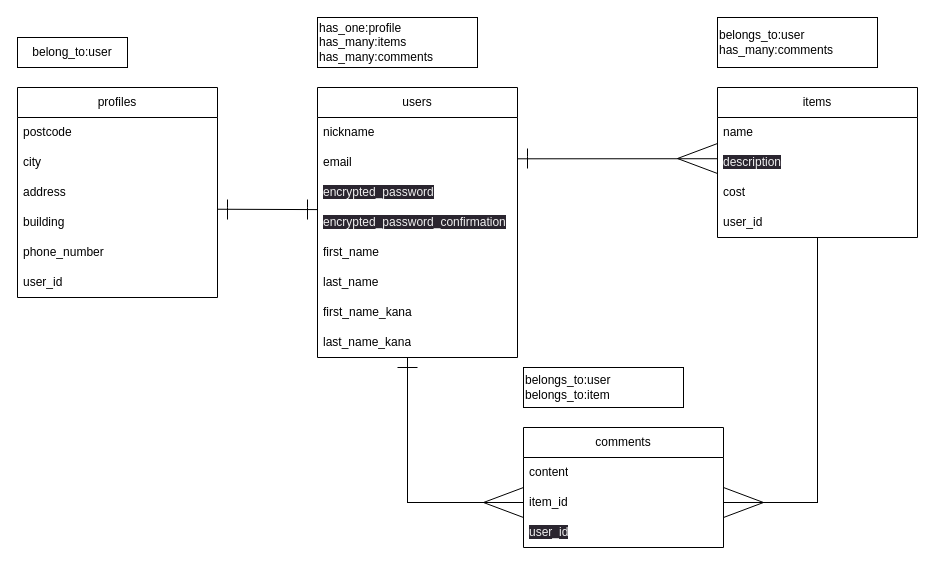
bondinu/furima-39203 keeps this draw.io diagram as ERfigure.dio. Above is the earlier version. Source tidied: cells renumbered, new cells numbered last; positions are measured from the earlier drawing's top-left corner, leaving out a move shared by most shapes. Both pictures are drawn from the tidied source at 100%, with x=0, y=0 at pixel (17, 17).
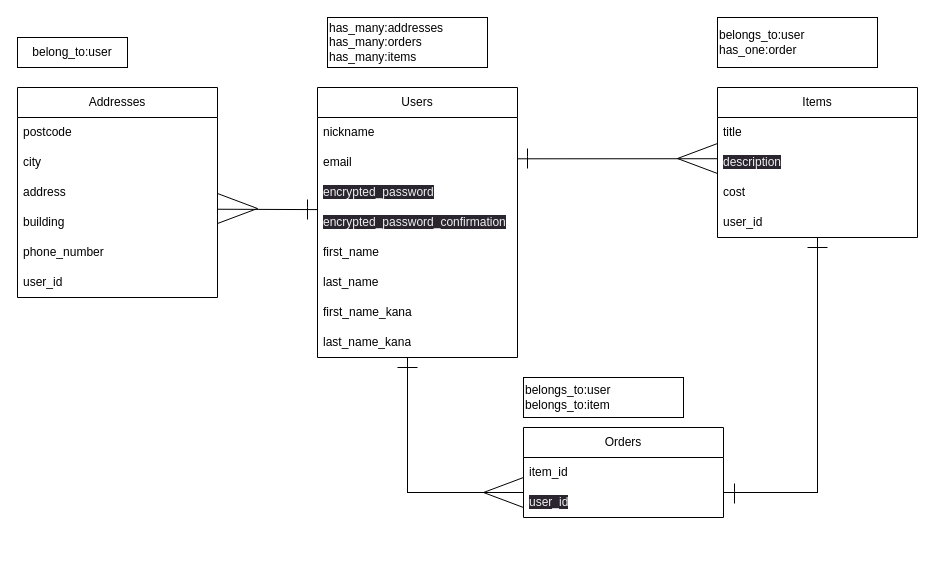
After the change.

What changed in the source:
```diff
@@
-    <mxCell id="2" value="users" style="swimlane;fontStyle=0;horizontal=1;startSize=30;whiteSpace=wrap;html=1;" parent="1" vertex="1">
+    <mxCell id="2" value="Users" style="swimlane;fontStyle=0;horizontal=1;startSize=30;whiteSpace=wrap;html=1;" parent="1" vertex="1">
       <mxGeometry x="300" y="70" width="200" height="270" as="geometry" />
     </mxCell>
@@
-    <mxCell id="11" value="items" style="swimlane;fontStyle=0;horizontal=1;startSize=30;whiteSpace=wrap;html=1;" parent="1" vertex="1">
+    <mxCell id="11" value="Items" style="swimlane;fontStyle=0;horizontal=1;startSize=30;whiteSpace=wrap;html=1;" parent="1" vertex="1">
       <mxGeometry x="700" y="70" width="200" height="150" as="geometry" />
     </mxCell>
-    <mxCell id="12" value="name" style="text;strokeColor=none;fillColor=none;align=left;verticalAlign=middle;spacingLeft=4;spacingRight=4;overflow=hidden;whiteSpace=wrap;html=1;" parent="11" vertex="1">
+    <mxCell id="12" value="title" style="text;strokeColor=none;fillColor=none;align=left;verticalAlign=middle;spacingLeft=4;spacingRight=4;overflow=hidden;whiteSpace=wrap;html=1;" parent="11" vertex="1">
       <mxGeometry y="30" width="200" height="30" as="geometry" />
     </mxCell>
@@
-    <mxCell id="16" value="comments" style="swimlane;fontStyle=0;horizontal=1;startSize=30;whiteSpace=wrap;html=1;" parent="1" vertex="1">
-      <mxGeometry x="506" y="410" width="200" height="120" as="geometry" />
+    <mxCell id="16" value="Orders" style="swimlane;fontStyle=0;horizontal=1;startSize=30;whiteSpace=wrap;html=1;" parent="1" vertex="1">
+      <mxGeometry x="506" y="410" width="200" height="90" as="geometry" />
     </mxCell>
-    <mxCell id="17" value="content" style="text;strokeColor=none;fillColor=none;align=left;verticalAlign=middle;spacingLeft=4;spacingRight=4;overflow=hidden;whiteSpace=wrap;html=1;" parent="16" vertex="1">
-      <mxGeometry y="30" width="200" height="30" as="geometry" />
-    </mxCell>
     <mxCell id="18" value="item_id" style="text;strokeColor=none;fillColor=none;align=left;verticalAlign=middle;spacingLeft=4;spacingRight=4;overflow=hidden;whiteSpace=wrap;html=1;" parent="16" vertex="1">
-      <mxGeometry y="60" width="200" height="30" as="geometry" />
+      <mxGeometry y="30" width="200" height="30" as="geometry" />
     </mxCell>
     <mxCell id="19" value="&lt;span style=&quot;color: rgb(240, 240, 240); font-family: Helvetica; font-size: 12px; font-style: normal; font-variant-ligatures: normal; font-variant-caps: normal; font-weight: 400; letter-spacing: normal; orphans: 2; text-align: left; text-indent: 0px; text-transform: none; widows: 2; word-spacing: 0px; -webkit-text-stroke-width: 0px; background-color: rgb(42, 37, 47); text-decoration-thickness: initial; text-decoration-style: initial; text-decoration-color: initial; float: none; display: inline !important;&quot;&gt;user_id&lt;br&gt;&lt;/span&gt;" style="text;strokeColor=none;fillColor=none;align=left;verticalAlign=middle;spacingLeft=4;spacingRight=4;overflow=hidden;whiteSpace=wrap;html=1;" parent="16" vertex="1">
-      <mxGeometry y="90" width="200" height="30" as="geometry" />
+      <mxGeometry y="60" width="200" height="30" as="geometry" />
     </mxCell>
@@
     <mxCell id="21" style="shape=partialRectangle;whiteSpace=wrap;html=1;bottom=0;right=0;fillColor=none;direction=north;" parent="1" vertex="1">
-      <mxGeometry x="390" y="340" width="116" height="145" as="geometry" />
+      <mxGeometry x="390" y="340" width="116" height="135" as="geometry" />
     </mxCell>
     <mxCell id="22" style="shape=partialRectangle;whiteSpace=wrap;html=1;bottom=0;right=0;fillColor=none;direction=west;" parent="1" vertex="1">
-      <mxGeometry x="706" y="220" width="94" height="265" as="geometry" />
+      <mxGeometry x="706" y="220" width="94" height="255" as="geometry" />
     </mxCell>
-    <mxCell id="23" style="triangle;whiteSpace=wrap;html=1;fillColor=none;direction=west;" parent="1" vertex="1">
-      <mxGeometry x="466" y="470" width="40" height="30" as="geometry" />
-    </mxCell>
-    <mxCell id="24" style="triangle;whiteSpace=wrap;html=1;fillColor=none;direction=east;" parent="1" vertex="1">
-      <mxGeometry x="706" y="470" width="40" height="30" as="geometry" />
-    </mxCell>
@@
-    <mxCell id="26" value="profiles" style="swimlane;fontStyle=0;horizontal=1;startSize=30;whiteSpace=wrap;html=1;" parent="1" vertex="1">
+    <mxCell id="26" value="Addresses" style="swimlane;fontStyle=0;horizontal=1;startSize=30;whiteSpace=wrap;html=1;" parent="1" vertex="1">
       <mxGeometry y="70" width="200" height="210" as="geometry" />
     </mxCell>
@@
-    <mxCell id="34" style="endArrow=none;html=1;" parent="1" edge="1">
-      <mxGeometry relative="1" as="geometry">
-        <mxPoint x="210" y="182" as="sourcePoint" />
-        <mxPoint x="210" y="202" as="targetPoint" />
-        <Array as="points">
-          <mxPoint x="210" y="189" />
-        </Array>
-      </mxGeometry>
-    </mxCell>
@@
-    <mxCell id="38" value="has_one:profile&lt;br&gt;has_many:items&lt;br&gt;has_many:comments" style="rounded=0;whiteSpace=wrap;html=1;align=left;" parent="1" vertex="1">
-      <mxGeometry x="300" width="160" height="50" as="geometry" />
+    <mxCell id="38" value="has_many:addresses&lt;br&gt;has_many:orders&lt;br&gt;has_many:items" style="rounded=0;whiteSpace=wrap;html=1;align=left;" parent="1" vertex="1">
+      <mxGeometry x="310" width="160" height="50" as="geometry" />
     </mxCell>
@@
-    <mxCell id="40" value="belongs_to:user&lt;br&gt;has_many:comments" style="rounded=0;whiteSpace=wrap;html=1;align=left;" parent="1" vertex="1">
+    <mxCell id="40" value="belongs_to:user&lt;br&gt;has_one:order" style="rounded=0;whiteSpace=wrap;html=1;align=left;" parent="1" vertex="1">
       <mxGeometry x="700" width="160" height="50" as="geometry" />
     </mxCell>
     <mxCell id="41" value="belongs_to:user&lt;br&gt;belongs_to:item" style="rounded=0;whiteSpace=wrap;html=1;align=left;" parent="1" vertex="1">
-      <mxGeometry x="506" y="350" width="160" height="40" as="geometry" />
+      <mxGeometry x="506" y="360" width="160" height="40" as="geometry" />
     </mxCell>
+    <mxCell id="42" style="endArrow=none;html=1;" parent="1" edge="1">
+      <mxGeometry relative="1" as="geometry">
+        <mxPoint x="717" y="466" as="sourcePoint" />
+        <mxPoint x="717" y="486" as="targetPoint" />
+        <Array as="points">
+          <mxPoint x="717" y="473" />
+        </Array>
+      </mxGeometry>
+    </mxCell>
+    <mxCell id="43" style="endArrow=none;html=1;" parent="1" edge="1">
+      <mxGeometry relative="1" as="geometry">
+        <mxPoint x="790" y="230" as="sourcePoint" />
+        <mxPoint x="810" y="230" as="targetPoint" />
+      </mxGeometry>
+    </mxCell>
+    <mxCell id="44" style="triangle;whiteSpace=wrap;html=1;fillColor=none;direction=west;" parent="1" vertex="1">
+      <mxGeometry x="466" y="460" width="40" height="30" as="geometry" />
+    </mxCell>
+    <mxCell id="45" style="triangle;whiteSpace=wrap;html=1;fillColor=none;direction=west;rotation=-180;" parent="1" vertex="1">
+      <mxGeometry x="200" y="176" width="40" height="30" as="geometry" />
+    </mxCell>
```
